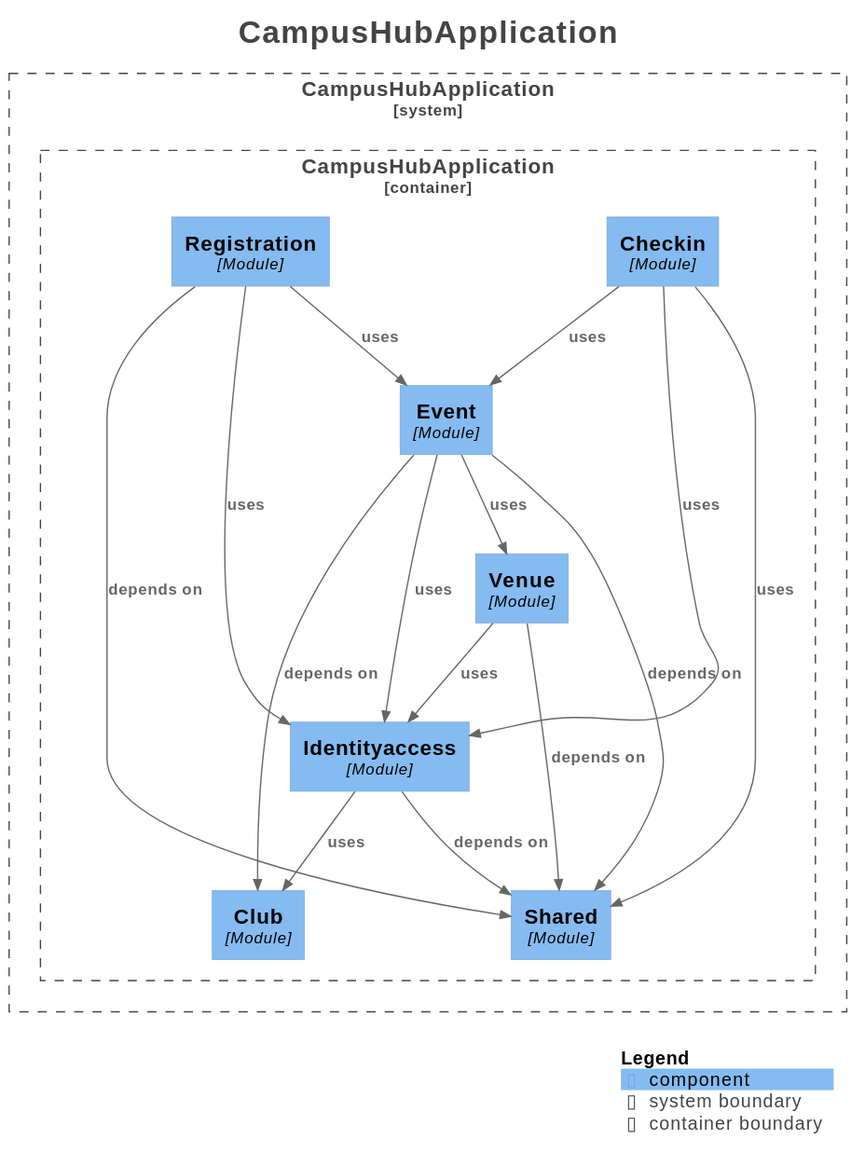
Before: docs/architecture/module-diagram.svg, a diagram exported from PlantUML (Jamiedz999/campushub).
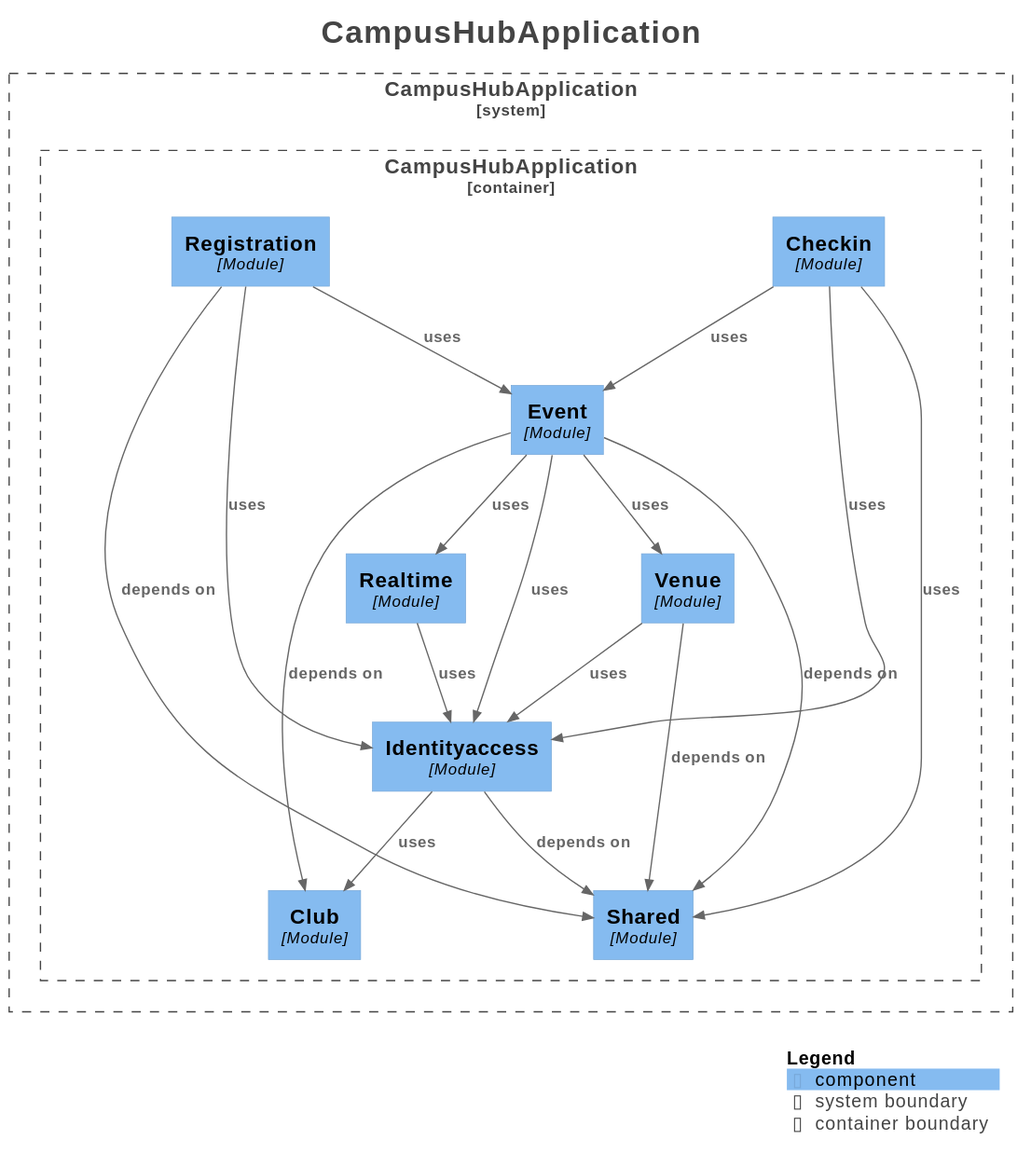
The same file after the commit.

Diff of the diagram source:
```diff
@@ -17,13 +17,14 @@
 
 System_Boundary("CampusHubApplication_boundary", "CampusHubApplication", $tags="") {
   Container_Boundary("CampusHubApplication.CampusHubApplication_boundary", "CampusHubApplication", $tags="") {
+    Component(CampusHubApplication.CampusHubApplication.Checkin, "Checkin", $techn="Module", $descr="", $tags="", $link="")
     Component(CampusHubApplication.CampusHubApplication.Registration, "Registration", $techn="Module", $descr="", $tags="", $link="")
     Component(CampusHubApplication.CampusHubApplication.Club, "Club", $techn="Module", $descr="", $tags="", $link="")
     Component(CampusHubApplication.CampusHubApplication.Shared, "Shared", $techn="Module", $descr="", $tags="", $link="")
     Component(CampusHubApplication.CampusHubApplication.Identityaccess, "Identityaccess", $techn="Module", $descr="", $tags="", $link="")
+    Component(CampusHubApplication.CampusHubApplication.Realtime, "Realtime", $techn="Module", $descr="", $tags="", $link="")
     Component(CampusHubApplication.CampusHubApplication.Venue, "Venue", $techn="Module", $descr="", $tags="", $link="")
     Component(CampusHubApplication.CampusHubApplication.Event, "Event", $techn="Module", $descr="", $tags="", $link="")
-    Component(CampusHubApplication.CampusHubApplication.Checkin, "Checkin", $techn="Module", $descr="", $tags="", $link="")
   }
 
 }
@@ -31,17 +32,19 @@
 Rel(CampusHubApplication.CampusHubApplication.Checkin, CampusHubApplication.CampusHubApplication.Event, "uses", $techn="", $tags="", $link="")
 Rel(CampusHubApplication.CampusHubApplication.Checkin, CampusHubApplication.CampusHubApplication.Shared, "uses", $techn="", $tags="", $link="")
 Rel(CampusHubApplication.CampusHubApplication.Checkin, CampusHubApplication.CampusHubApplication.Identityaccess, "uses", $techn="", $tags="", $link="")
+Rel(CampusHubApplication.CampusHubApplication.Realtime, CampusHubApplication.CampusHubApplication.Identityaccess, "uses", $techn="", $tags="", $link="")
+Rel(CampusHubApplication.CampusHubApplication.Venue, CampusHubApplication.CampusHubApplication.Shared, "depends on", $techn="", $tags="", $link="")
+Rel(CampusHubApplication.CampusHubApplication.Venue, CampusHubApplication.CampusHubApplication.Identityaccess, "uses", $techn="", $tags="", $link="")
+Rel(CampusHubApplication.CampusHubApplication.Identityaccess, CampusHubApplication.CampusHubApplication.Shared, "depends on", $techn="", $tags="", $link="")
+Rel(CampusHubApplication.CampusHubApplication.Identityaccess, CampusHubApplication.CampusHubApplication.Club, "uses", $techn="", $tags="", $link="")
+Rel(CampusHubApplication.CampusHubApplication.Event, CampusHubApplication.CampusHubApplication.Club, "depends on", $techn="", $tags="", $link="")
+Rel(CampusHubApplication.CampusHubApplication.Event, CampusHubApplication.CampusHubApplication.Shared, "depends on", $techn="", $tags="", $link="")
+Rel(CampusHubApplication.CampusHubApplication.Event, CampusHubApplication.CampusHubApplication.Venue, "uses", $techn="", $tags="", $link="")
+Rel(CampusHubApplication.CampusHubApplication.Event, CampusHubApplication.CampusHubApplication.Realtime, "uses", $techn="", $tags="", $link="")
+Rel(CampusHubApplication.CampusHubApplication.Event, CampusHubApplication.CampusHubApplication.Identityaccess, "uses", $techn="", $tags="", $link="")
 Rel(CampusHubApplication.CampusHubApplication.Registration, CampusHubApplication.CampusHubApplication.Shared, "depends on", $techn="", $tags="", $link="")
 Rel(CampusHubApplication.CampusHubApplication.Registration, CampusHubApplication.CampusHubApplication.Event, "uses", $techn="", $tags="", $link="")
 Rel(CampusHubApplication.CampusHubApplication.Registration, CampusHubApplication.CampusHubApplication.Identityaccess, "uses", $techn="", $tags="", $link="")
-Rel(CampusHubApplication.CampusHubApplication.Venue, CampusHubApplication.CampusHubApplication.Shared, "depends on", $techn="", $tags="", $link="")
-Rel(CampusHubApplication.CampusHubApplication.Venue, CampusHubApplication.CampusHubApplication.Identityaccess, "uses", $techn="", $tags="", $link="")
-Rel(CampusHubApplication.CampusHubApplication.Event, CampusHubApplication.CampusHubApplication.Club, "depends on", $techn="", $tags="", $link="")
-Rel(CampusHubApplication.CampusHubApplication.Event, CampusHubApplication.CampusHubApplication.Shared, "depends on", $techn="", $tags="", $link="")
-Rel(CampusHubApplication.CampusHubApplication.Event, CampusHubApplication.CampusHubApplication.Venue, "uses", $techn="", $tags="", $link="")
-Rel(CampusHubApplication.CampusHubApplication.Event, CampusHubApplication.CampusHubApplication.Identityaccess, "uses", $techn="", $tags="", $link="")
-Rel(CampusHubApplication.CampusHubApplication.Identityaccess, CampusHubApplication.CampusHubApplication.Shared, "depends on", $techn="", $tags="", $link="")
-Rel(CampusHubApplication.CampusHubApplication.Identityaccess, CampusHubApplication.CampusHubApplication.Club, "uses", $techn="", $tags="", $link="")
 
 SHOW_LEGEND(true)
 hide stereotypes
```
